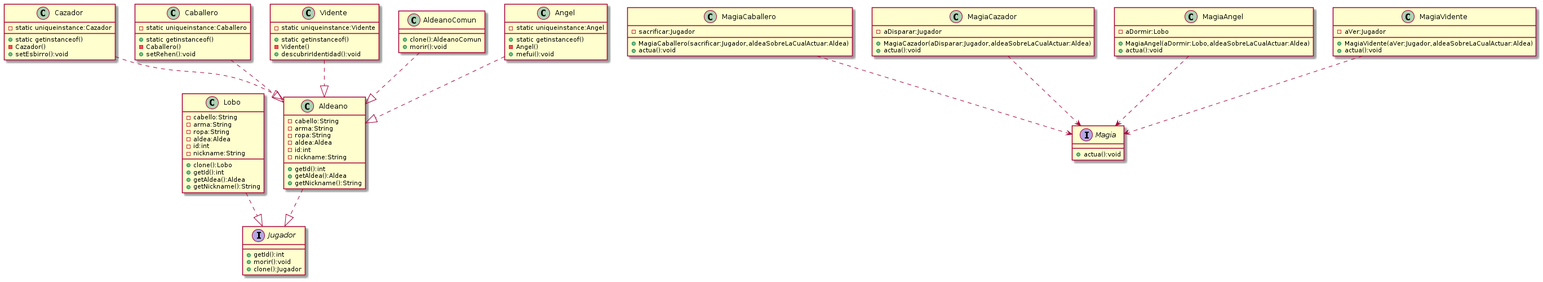
Earlier version of the PlantUML export diagrama1.png (Rogarpa/Proyecto-2-Modelado-y-Programacion).
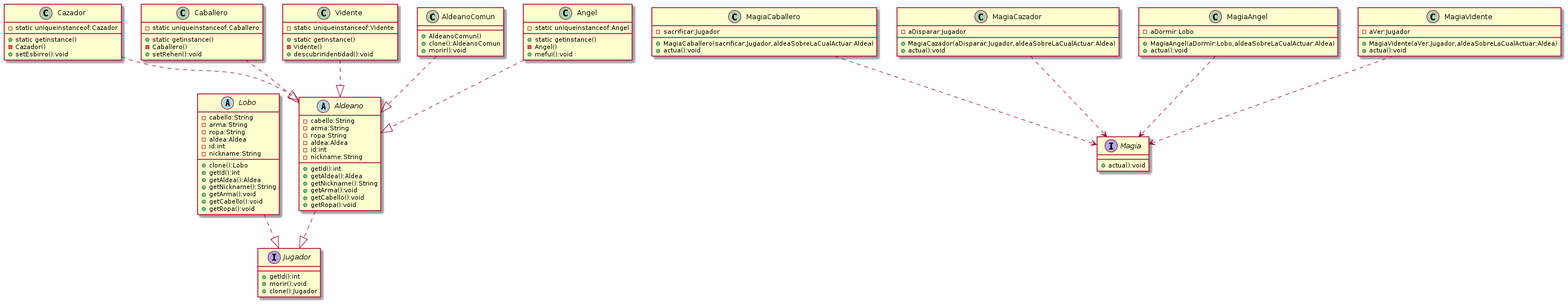
Later version of the same file.

The edit, as a diff of the source:
```diff
@@ -14,7 +14,7 @@
 +clone():Jugador
 }
 
-class Lobo{
+abstract Lobo{
 -cabello:String
 -arma:String
 -ropa:String
@@ -25,9 +25,12 @@
 +getId():int
 +getAldea():Aldea
 +getNickname():String
++getArma():void
++getCabello():void
++getRopa():void
 }
 
-class Aldeano{
+abstract Aldeano{
 -cabello:String
 -arma:String
 -ropa:String
@@ -37,37 +40,41 @@
 +getId():int
 +getAldea():Aldea
 +getNickname():String
++getArma():void
++getCabello():void
++getRopa():void
 }
 
 class Cazador{
--static uniqueinstance:Cazador
-+static getinstanceof()
+-static uniqueinstanceof:Cazador
++static getinstance()
 -Cazador()
 +setEsbirro():void
 }
 
 class Vidente{
--static uniqueinstance:Vidente
-+static getinstanceof()
+-static uniqueinstanceof:Vidente
++static getinstance()
 -Vidente()
 +descubrirIdentidad():void
 }
 
 class Caballero{
--static uniqueinstance:Caballero
-+static getinstanceof()
+-static uniqueinstanceof:Caballero
++static getinstance()
 -Caballero()
 +setRehen():void
 }
 
 class Angel{
--static uniqueinstance:Angel
-+static getinstanceof()
+-static uniqueinstanceof:Angel
++static getinstance()
 -Angel()
 +mefui():void
 }
 
 class AldeanoComun{
++AldeanoComun()
 +clone():AldeanoComun
 +morir():void
 }
```
